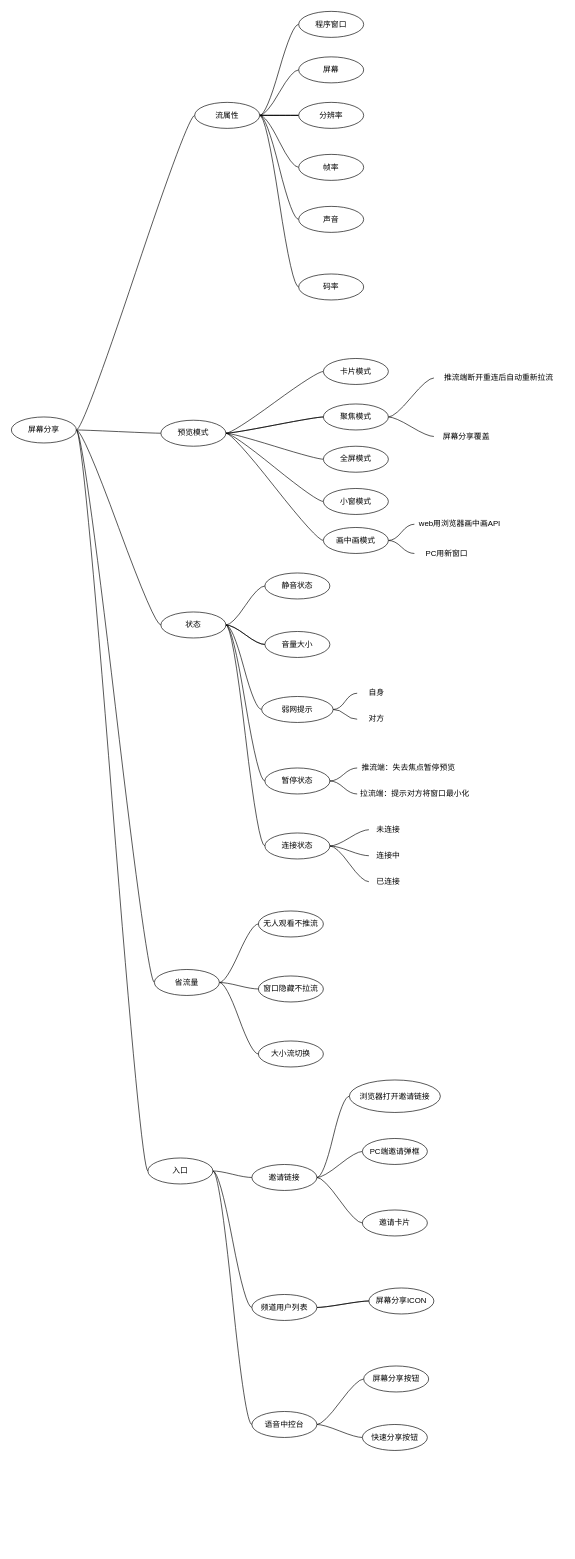
ccccccp/draw-io keeps this draw.io diagram as golive测试点.drawio. Above is the earlier version. Source tidied: cells renumbered, new cells numbered last; positions are measured from the earlier drawing's top-left corner, leaving out a move shared by most shapes. Both pictures are drawn from the tidied source at 65%, with x=0, y=0 at pixel (11, 11).
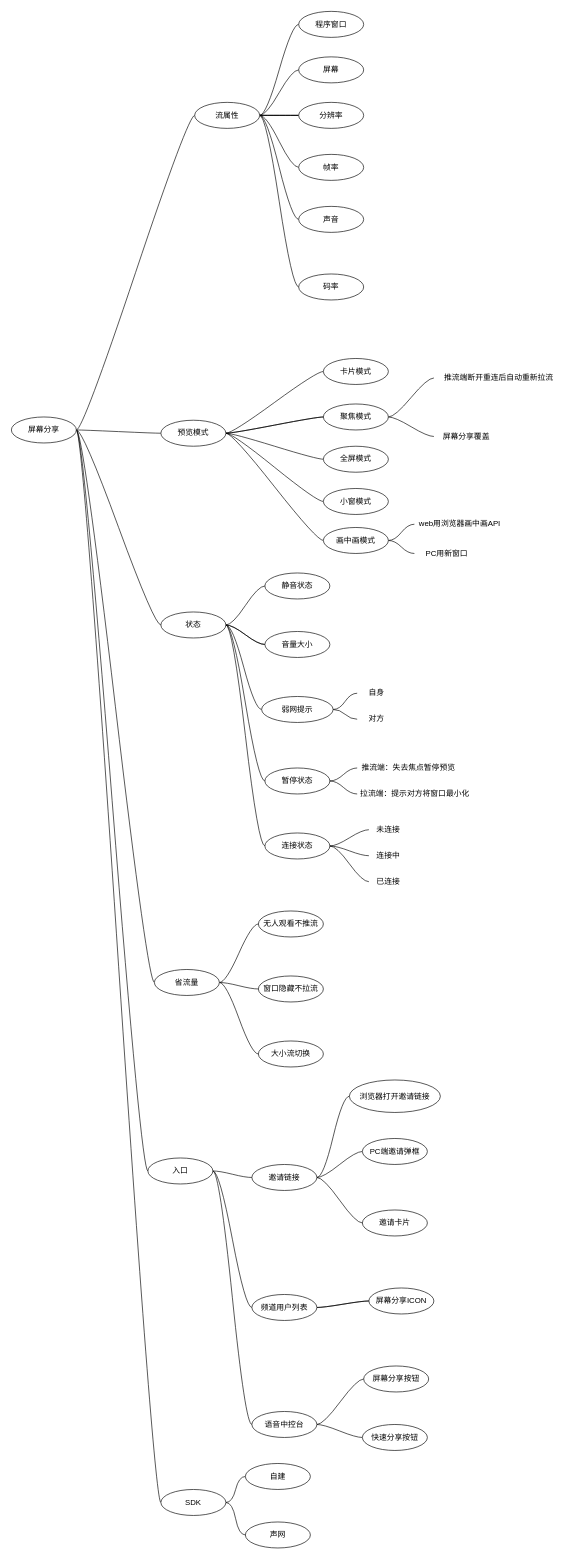
Above is the later version.

Commit message (it also covers changes not shown here):
更新golive测试点.drawio

Unchanged cells that the change refers to:
```xml
<mxCell id="7" value="屏幕分享" style="ellipse;whiteSpace=wrap;html=1;align=center;newEdgeStyle={&quot;edgeStyle&quot;:&quot;entityRelationEdgeStyle&quot;,&quot;startArrow&quot;:&quot;none&quot;,&quot;endArrow&quot;:&quot;none&quot;,&quot;segment&quot;:10,&quot;curved&quot;:1,&quot;sourcePerimeterSpacing&quot;:0,&quot;targetPerimeterSpacing&quot;:0};" parent="1" vertex="1">
  <mxGeometry y="624" width="100" height="40" as="geometry" />
</mxCell>
```

What changed in the source:
```diff
@@
+    <mxCell id="96" style="edgeStyle=entityRelationEdgeStyle;rounded=0;jettySize=auto;html=1;startArrow=none;endArrow=none;segment=10;curved=1;sourcePerimeterSpacing=0;targetPerimeterSpacing=0;" parent="1" edge="1" source="7" target="99">
+      <mxGeometry relative="1" as="geometry" />
+    </mxCell>
@@
+    <mxCell id="97" style="edgeStyle=entityRelationEdgeStyle;rounded=0;jettySize=auto;html=1;startArrow=none;endArrow=none;segment=10;curved=1;sourcePerimeterSpacing=0;targetPerimeterSpacing=0;" parent="1" edge="1" source="99" target="100">
+      <mxGeometry relative="1" as="geometry" />
+    </mxCell>
+    <mxCell id="98" style="edgeStyle=entityRelationEdgeStyle;rounded=0;jettySize=auto;html=1;startArrow=none;endArrow=none;segment=10;curved=1;sourcePerimeterSpacing=0;targetPerimeterSpacing=0;" parent="1" edge="1" source="99" target="101">
+      <mxGeometry relative="1" as="geometry" />
+    </mxCell>
+    <mxCell id="99" value="SDK" style="ellipse;whiteSpace=wrap;html=1;align=center;newEdgeStyle={&quot;edgeStyle&quot;:&quot;entityRelationEdgeStyle&quot;,&quot;startArrow&quot;:&quot;none&quot;,&quot;endArrow&quot;:&quot;none&quot;,&quot;segment&quot;:10,&quot;curved&quot;:1,&quot;sourcePerimeterSpacing&quot;:0,&quot;targetPerimeterSpacing&quot;:0};" parent="1" vertex="1">
+      <mxGeometry x="230" y="2274" width="100" height="40" as="geometry" />
+    </mxCell>
+    <mxCell id="100" value="自建" style="ellipse;whiteSpace=wrap;html=1;align=center;newEdgeStyle={&quot;edgeStyle&quot;:&quot;entityRelationEdgeStyle&quot;,&quot;startArrow&quot;:&quot;none&quot;,&quot;endArrow&quot;:&quot;none&quot;,&quot;segment&quot;:10,&quot;curved&quot;:1,&quot;sourcePerimeterSpacing&quot;:0,&quot;targetPerimeterSpacing&quot;:0};" parent="1" vertex="1">
+      <mxGeometry x="360" y="2234" width="100" height="40" as="geometry" />
+    </mxCell>
+    <mxCell id="101" value="声网" style="ellipse;whiteSpace=wrap;html=1;align=center;newEdgeStyle={&quot;edgeStyle&quot;:&quot;entityRelationEdgeStyle&quot;,&quot;startArrow&quot;:&quot;none&quot;,&quot;endArrow&quot;:&quot;none&quot;,&quot;segment&quot;:10,&quot;curved&quot;:1,&quot;sourcePerimeterSpacing&quot;:0,&quot;targetPerimeterSpacing&quot;:0};" parent="1" vertex="1">
+      <mxGeometry x="360" y="2324" width="100" height="40" as="geometry" />
+    </mxCell>
```
